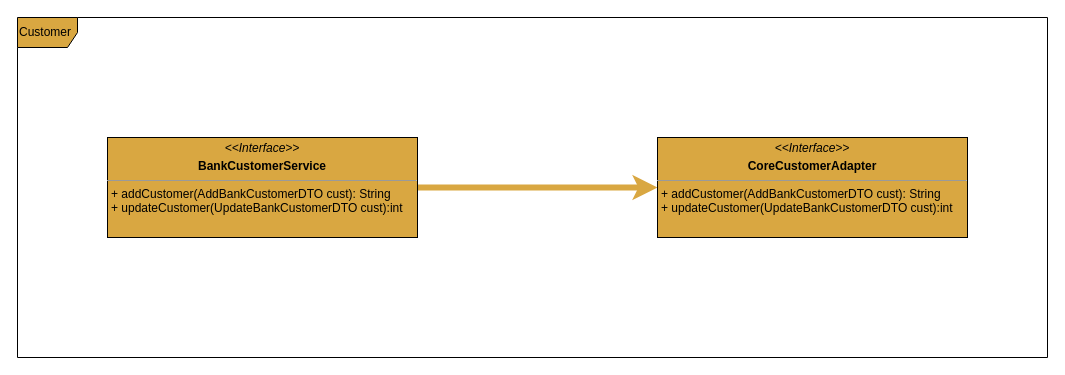
Before: page "第 2 页" (2 of 7) of 核心前置系统.drawio in sam1982/draw, a draw.io diagram. Source tidied: cells renumbered, new cells numbered last; positions are measured from the earlier drawing's top-left corner, leaving out a move shared by most shapes. Both pictures are drawn from the tidied source at 100%, with x=0, y=0 at pixel (17, 17).
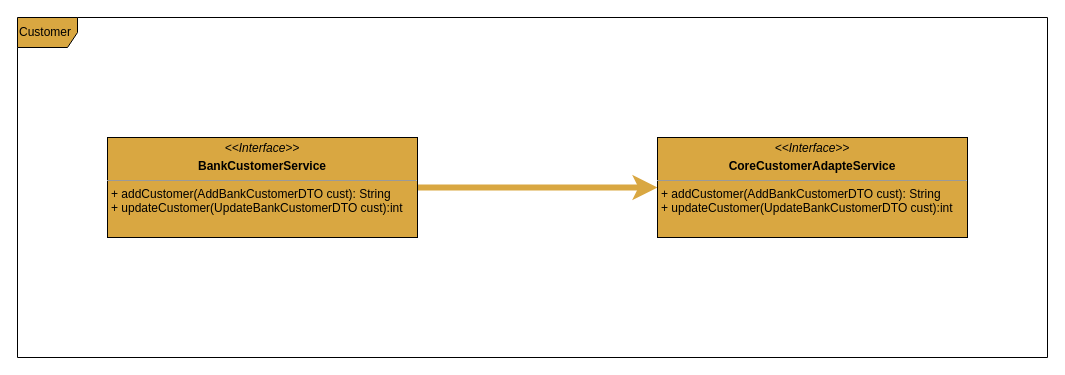
The same diagram, later.

Diff of the diagram source:
```diff
@@
 <mxGraphModel>
   <root>
     <mxCell id="0" />
     <mxCell id="1" parent="0" />
     <mxCell id="2" value="Customer" style="shape=umlFrame;whiteSpace=wrap;html=1;fillColor=#D9A741;align=left;" parent="1" vertex="1">
       <mxGeometry width="1030" height="340" as="geometry" />
     </mxCell>
     <mxCell id="3" style="edgeStyle=orthogonalEdgeStyle;rounded=0;jettySize=auto;html=1;strokeColor=#D9A741;strokeWidth=6;" parent="1" edge="1" source="4" target="5">
       <mxGeometry relative="1" as="geometry" />
     </mxCell>
     <mxCell id="4" value="&lt;p style=&quot;margin: 0px ; margin-top: 4px ; text-align: center&quot;&gt;&lt;i&gt;&amp;lt;&amp;lt;Interface&amp;gt;&amp;gt;&lt;/i&gt;&lt;/p&gt;&lt;p style=&quot;margin: 0px ; margin-top: 4px ; text-align: center&quot;&gt;&lt;b&gt;BankCustomerService&lt;/b&gt;&lt;br&gt;&lt;b&gt;&lt;/b&gt;&lt;/p&gt;&lt;hr size=&quot;1&quot;&gt;&lt;p style=&quot;margin: 0px ; margin-left: 4px&quot;&gt;+ addCustomer(AddBankCustomerDTO cust): String&lt;br&gt;+ updateCustomer(UpdateBankCustomerDTO cust):int&lt;br&gt;&lt;/p&gt;" style="verticalAlign=top;align=left;overflow=fill;fontSize=12;fontFamily=Helvetica;html=1;fillColor=#D9A741;" parent="1" vertex="1">
       <mxGeometry x="90" y="120" width="310" height="100" as="geometry" />
     </mxCell>
-    <mxCell id="5" value="&lt;p style=&quot;margin: 0px ; margin-top: 4px ; text-align: center&quot;&gt;&lt;i&gt;&amp;lt;&amp;lt;Interface&amp;gt;&amp;gt;&lt;/i&gt;&lt;/p&gt;&lt;p style=&quot;margin: 0px ; margin-top: 4px ; text-align: center&quot;&gt;&lt;b&gt;CoreCustomerAdapter&lt;/b&gt;&lt;br&gt;&lt;b&gt;&lt;/b&gt;&lt;/p&gt;&lt;hr size=&quot;1&quot;&gt;&lt;p style=&quot;margin: 0px ; margin-left: 4px&quot;&gt;+ addCustomer(AddBankCustomerDTO cust): String&lt;br&gt;+ updateCustomer(UpdateBankCustomerDTO cust):int&lt;br&gt;&lt;/p&gt;" style="verticalAlign=top;align=left;overflow=fill;fontSize=12;fontFamily=Helvetica;html=1;fillColor=#D9A741;" parent="1" vertex="1">
+    <mxCell id="5" value="&lt;p style=&quot;margin: 0px ; margin-top: 4px ; text-align: center&quot;&gt;&lt;i&gt;&amp;lt;&amp;lt;Interface&amp;gt;&amp;gt;&lt;/i&gt;&lt;/p&gt;&lt;p style=&quot;margin: 0px ; margin-top: 4px ; text-align: center&quot;&gt;&lt;b&gt;CoreCustomerAdapteService&lt;/b&gt;&lt;br&gt;&lt;b&gt;&lt;/b&gt;&lt;/p&gt;&lt;hr size=&quot;1&quot;&gt;&lt;p style=&quot;margin: 0px ; margin-left: 4px&quot;&gt;+ addCustomer(AddBankCustomerDTO cust): String&lt;br&gt;+ updateCustomer(UpdateBankCustomerDTO cust):int&lt;br&gt;&lt;/p&gt;" style="verticalAlign=top;align=left;overflow=fill;fontSize=12;fontFamily=Helvetica;html=1;fillColor=#D9A741;" parent="1" vertex="1">
       <mxGeometry x="640" y="120" width="310" height="100" as="geometry" />
     </mxCell>
   </root>
 </mxGraphModel>
```
